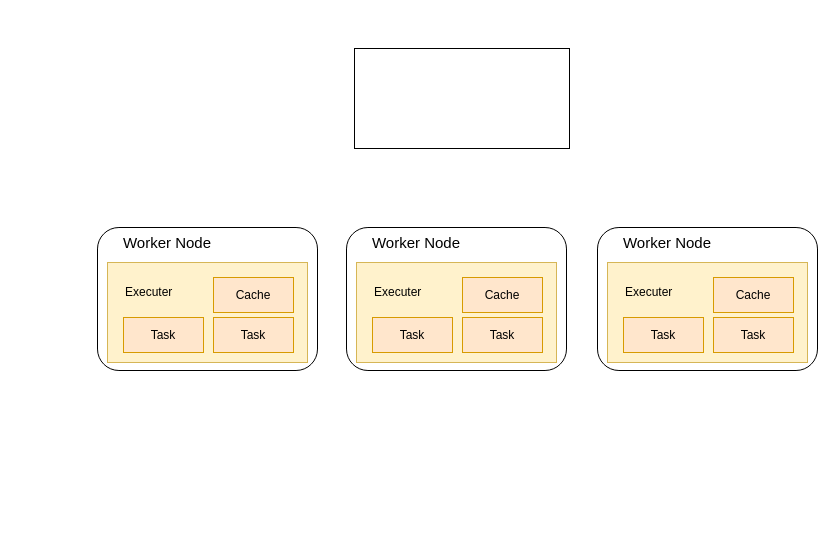
rameshfernando9239/rcpmodule keeps this draw.io diagram as Untitled Diagram.drawio. Above is the earlier version. Source tidied: cells renumbered, new cells numbered last; positions are measured from the earlier drawing's top-left corner, leaving out a move shared by most shapes. Both pictures are drawn from the tidied source at 100%, with x=0, y=0 at pixel (97, 48).
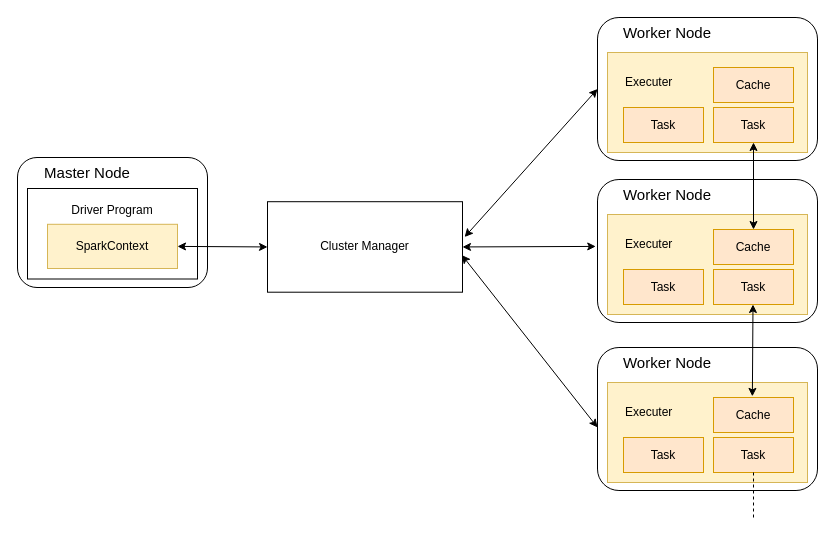
The same page after the edit.

The edit, as a diff of the source:
```diff
@@
+    <mxCell id="24" style="rounded=1;whiteSpace=wrap;html=1;" parent="1" vertex="1">
+      <mxGeometry x="-80" y="109" width="190" height="130" as="geometry" />
+    </mxCell>
     <mxCell id="2" style="rounded=1;whiteSpace=wrap;html=1;" parent="1" vertex="1">
-      <mxGeometry y="179" width="220" height="143" as="geometry" />
+      <mxGeometry x="500" y="-31" width="220" height="143" as="geometry" />
     </mxCell>
     <mxCell id="3" style="rounded=0;whiteSpace=wrap;html=1;fillColor=#fff2cc;strokeColor=#d6b656;" parent="1" vertex="1">
-      <mxGeometry x="10" y="214" width="200" height="100" as="geometry" />
+      <mxGeometry x="510" y="4" width="200" height="100" as="geometry" />
     </mxCell>
     <mxCell id="4" value="Cache" style="rounded=0;whiteSpace=wrap;html=1;fillColor=#ffe6cc;strokeColor=#d79b00;" parent="1" vertex="1">
-      <mxGeometry x="116" y="229" width="80" height="35" as="geometry" />
+      <mxGeometry x="616" y="19" width="80" height="35" as="geometry" />
     </mxCell>
     <mxCell id="5" value="Task" style="rounded=0;whiteSpace=wrap;html=1;fillColor=#ffe6cc;strokeColor=#d79b00;" parent="1" vertex="1">
-      <mxGeometry x="116" y="269" width="80" height="35" as="geometry" />
+      <mxGeometry x="616" y="59" width="80" height="35" as="geometry" />
     </mxCell>
     <mxCell id="6" value="Task" style="rounded=0;whiteSpace=wrap;html=1;fillColor=#ffe6cc;strokeColor=#d79b00;" parent="1" vertex="1">
-      <mxGeometry x="26" y="269" width="80" height="35" as="geometry" />
+      <mxGeometry x="526" y="59" width="80" height="35" as="geometry" />
     </mxCell>
     <mxCell id="7" value="&lt;div align=&quot;left&quot;&gt;Executer&lt;/div&gt;" style="text;html=1;strokeColor=none;fillColor=none;align=left;verticalAlign=middle;whiteSpace=wrap;rounded=0;" parent="1" vertex="1">
-      <mxGeometry x="26" y="229" width="74" height="30" as="geometry" />
+      <mxGeometry x="526" y="19" width="74" height="30" as="geometry" />
     </mxCell>
     <mxCell id="8" value="&lt;font style=&quot;font-size: 15px&quot;&gt;Worker Node&lt;/font&gt;" style="text;html=1;strokeColor=none;fillColor=none;align=center;verticalAlign=middle;whiteSpace=wrap;rounded=0;" parent="1" vertex="1">
-      <mxGeometry x="10" y="179" width="120" height="30" as="geometry" />
+      <mxGeometry x="510" y="-31" width="120" height="30" as="geometry" />
     </mxCell>
     <mxCell id="9" style="rounded=1;whiteSpace=wrap;html=1;" parent="1" vertex="1">
-      <mxGeometry x="249" y="179" width="220" height="143" as="geometry" />
+      <mxGeometry x="500" y="131" width="220" height="143" as="geometry" />
     </mxCell>
     <mxCell id="10" style="rounded=0;whiteSpace=wrap;html=1;fillColor=#fff2cc;strokeColor=#d6b656;" parent="1" vertex="1">
-      <mxGeometry x="259" y="214" width="200" height="100" as="geometry" />
+      <mxGeometry x="510" y="166" width="200" height="100" as="geometry" />
     </mxCell>
     <mxCell id="11" value="Cache" style="rounded=0;whiteSpace=wrap;html=1;fillColor=#ffe6cc;strokeColor=#d79b00;" parent="1" vertex="1">
-      <mxGeometry x="365" y="229" width="80" height="35" as="geometry" />
+      <mxGeometry x="616" y="181" width="80" height="35" as="geometry" />
     </mxCell>
     <mxCell id="12" value="Task" style="rounded=0;whiteSpace=wrap;html=1;fillColor=#ffe6cc;strokeColor=#d79b00;" parent="1" vertex="1">
-      <mxGeometry x="365" y="269" width="80" height="35" as="geometry" />
+      <mxGeometry x="616" y="221" width="80" height="35" as="geometry" />
     </mxCell>
     <mxCell id="13" value="Task" style="rounded=0;whiteSpace=wrap;html=1;fillColor=#ffe6cc;strokeColor=#d79b00;" parent="1" vertex="1">
-      <mxGeometry x="275" y="269" width="80" height="35" as="geometry" />
+      <mxGeometry x="526" y="221" width="80" height="35" as="geometry" />
     </mxCell>
     <mxCell id="14" value="&lt;div align=&quot;left&quot;&gt;Executer&lt;/div&gt;" style="text;html=1;strokeColor=none;fillColor=none;align=left;verticalAlign=middle;whiteSpace=wrap;rounded=0;" parent="1" vertex="1">
-      <mxGeometry x="275" y="229" width="74" height="30" as="geometry" />
+      <mxGeometry x="526" y="181" width="74" height="30" as="geometry" />
     </mxCell>
     <mxCell id="15" value="&lt;font style=&quot;font-size: 15px&quot;&gt;Worker Node&lt;/font&gt;" style="text;html=1;strokeColor=none;fillColor=none;align=center;verticalAlign=middle;whiteSpace=wrap;rounded=0;" parent="1" vertex="1">
-      <mxGeometry x="259" y="179" width="120" height="30" as="geometry" />
+      <mxGeometry x="510" y="131" width="120" height="30" as="geometry" />
     </mxCell>
     <mxCell id="16" style="rounded=1;whiteSpace=wrap;html=1;" parent="1" vertex="1">
-      <mxGeometry x="500" y="179" width="220" height="143" as="geometry" />
+      <mxGeometry x="500" y="299" width="220" height="143" as="geometry" />
     </mxCell>
     <mxCell id="17" style="rounded=0;whiteSpace=wrap;html=1;fillColor=#fff2cc;strokeColor=#d6b656;" parent="1" vertex="1">
-      <mxGeometry x="510" y="214" width="200" height="100" as="geometry" />
+      <mxGeometry x="510" y="334" width="200" height="100" as="geometry" />
     </mxCell>
     <mxCell id="18" value="Cache" style="rounded=0;whiteSpace=wrap;html=1;fillColor=#ffe6cc;strokeColor=#d79b00;" parent="1" vertex="1">
-      <mxGeometry x="616" y="229" width="80" height="35" as="geometry" />
+      <mxGeometry x="616" y="349" width="80" height="35" as="geometry" />
     </mxCell>
     <mxCell id="19" value="Task" style="rounded=0;whiteSpace=wrap;html=1;fillColor=#ffe6cc;strokeColor=#d79b00;" parent="1" vertex="1">
-      <mxGeometry x="616" y="269" width="80" height="35" as="geometry" />
+      <mxGeometry x="616" y="389" width="80" height="35" as="geometry" />
     </mxCell>
     <mxCell id="20" value="Task" style="rounded=0;whiteSpace=wrap;html=1;fillColor=#ffe6cc;strokeColor=#d79b00;" parent="1" vertex="1">
-      <mxGeometry x="526" y="269" width="80" height="35" as="geometry" />
+      <mxGeometry x="526" y="389" width="80" height="35" as="geometry" />
     </mxCell>
     <mxCell id="21" value="&lt;div align=&quot;left&quot;&gt;Executer&lt;/div&gt;" style="text;html=1;strokeColor=none;fillColor=none;align=left;verticalAlign=middle;whiteSpace=wrap;rounded=0;" parent="1" vertex="1">
-      <mxGeometry x="526" y="229" width="74" height="30" as="geometry" />
+      <mxGeometry x="526" y="349" width="74" height="30" as="geometry" />
     </mxCell>
     <mxCell id="22" value="&lt;font style=&quot;font-size: 15px&quot;&gt;Worker Node&lt;/font&gt;" style="text;html=1;strokeColor=none;fillColor=none;align=center;verticalAlign=middle;whiteSpace=wrap;rounded=0;" parent="1" vertex="1">
-      <mxGeometry x="510" y="179" width="120" height="30" as="geometry" />
+      <mxGeometry x="510" y="299" width="120" height="30" as="geometry" />
     </mxCell>
-    <mxCell id="23" style="rounded=0;whiteSpace=wrap;html=1;" parent="1" vertex="1">
-      <mxGeometry x="257" width="215" height="100" as="geometry" />
+    <mxCell id="23" value="Cluster Manager" style="rounded=0;whiteSpace=wrap;html=1;" parent="1" vertex="1">
+      <mxGeometry x="170" y="153.2" width="195" height="90.5" as="geometry" />
     </mxCell>
+    <mxCell id="25" style="endArrow=classic;startArrow=classic;html=1;entryX=0.5;entryY=1;entryDx=0;entryDy=0;exitX=0.5;exitY=0;exitDx=0;exitDy=0;" parent="1" edge="1" source="11" target="5">
+      <mxGeometry relative="1" as="geometry" />
+    </mxCell>
+    <mxCell id="26" style="endArrow=classic;startArrow=classic;html=1;entryX=0.5;entryY=1;entryDx=0;entryDy=0;exitX=0.486;exitY=-0.033;exitDx=0;exitDy=0;exitPerimeter=0;" parent="1" edge="1" source="18">
+      <mxGeometry relative="1" as="geometry">
+        <mxPoint x="655.5" y="256" as="targetPoint" />
+      </mxGeometry>
+    </mxCell>
+    <mxCell id="27" style="endArrow=none;dashed=1;html=1;" parent="1" edge="1" target="19">
+      <mxGeometry relative="1" as="geometry">
+        <mxPoint x="656" y="469" as="sourcePoint" />
+      </mxGeometry>
+    </mxCell>
+    <mxCell id="28" style="endArrow=classic;startArrow=classic;html=1;exitX=1.011;exitY=0.39;exitDx=0;exitDy=0;entryX=0;entryY=0.5;entryDx=0;entryDy=0;exitPerimeter=0;" parent="1" edge="1" source="23" target="2">
+      <mxGeometry relative="1" as="geometry" />
+    </mxCell>
+    <mxCell id="29" style="endArrow=classic;startArrow=classic;html=1;exitX=1;exitY=0.5;exitDx=0;exitDy=0;entryX=-0.008;entryY=0.468;entryDx=0;entryDy=0;entryPerimeter=0;" parent="1" edge="1" source="23" target="9">
+      <mxGeometry relative="1" as="geometry" />
+    </mxCell>
+    <mxCell id="30" style="endArrow=classic;startArrow=classic;html=1;exitX=0.997;exitY=0.59;exitDx=0;exitDy=0;entryX=0;entryY=0.559;entryDx=0;entryDy=0;entryPerimeter=0;exitPerimeter=0;" parent="1" edge="1" source="23" target="16">
+      <mxGeometry relative="1" as="geometry" />
+    </mxCell>
+    <mxCell id="31" style="rounded=0;whiteSpace=wrap;html=1;" parent="1" vertex="1">
+      <mxGeometry x="-70" y="140" width="170" height="90.5" as="geometry" />
+    </mxCell>
+    <mxCell id="32" value="Driver Program" style="text;html=1;strokeColor=none;fillColor=none;align=center;verticalAlign=middle;whiteSpace=wrap;rounded=0;" parent="1" vertex="1">
+      <mxGeometry x="-50" y="147.8" width="130" height="28" as="geometry" />
+    </mxCell>
+    <mxCell id="33" value="SparkContext" style="rounded=0;whiteSpace=wrap;html=1;fillColor=#fff2cc;strokeColor=#d6b656;" parent="1" vertex="1">
+      <mxGeometry x="-50" y="175.8" width="130" height="44.2" as="geometry" />
+    </mxCell>
+    <mxCell id="34" style="endArrow=classic;startArrow=classic;html=1;entryX=0;entryY=0.5;entryDx=0;entryDy=0;exitX=1;exitY=0.5;exitDx=0;exitDy=0;" parent="1" edge="1" source="33" target="23">
+      <mxGeometry relative="1" as="geometry" />
+    </mxCell>
+    <mxCell id="35" value="&lt;font style=&quot;font-size: 15px&quot;&gt;Master Node&lt;/font&gt;" style="text;html=1;strokeColor=none;fillColor=none;align=center;verticalAlign=middle;whiteSpace=wrap;rounded=0;" parent="1" vertex="1">
+      <mxGeometry x="-70" y="109" width="120" height="30" as="geometry" />
+    </mxCell>
```
